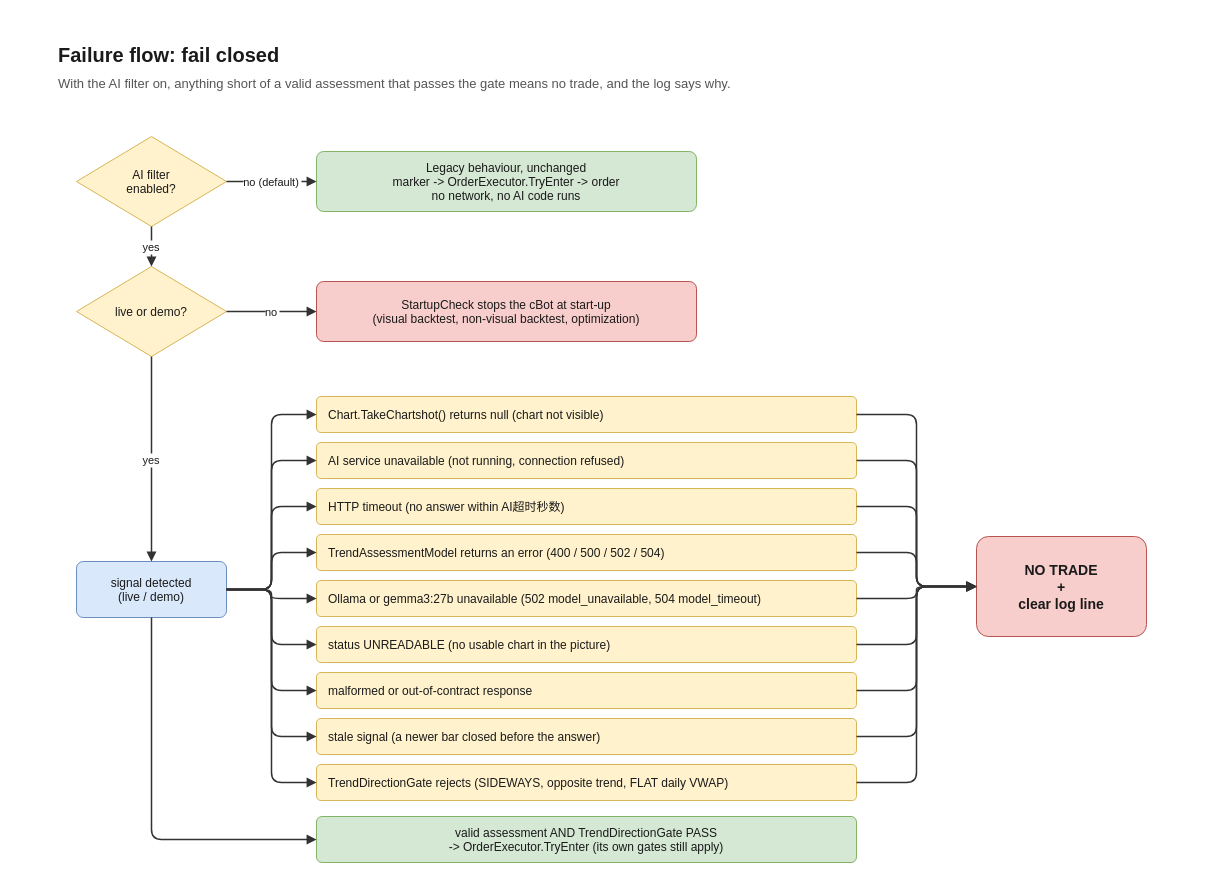
This is page "5. Failure flow" (5 of 6) of docs/architecture.drawio from richardgong1987/VWAPTradeAI, a draw.io file, before an edit. Source tidied: cells renumbered, new cells numbered last; positions are measured from the earlier drawing's top-left corner, leaving out a move shared by most shapes. Both pictures are drawn from the tidied source at 100%, with x=0, y=0 at pixel (16, 16).
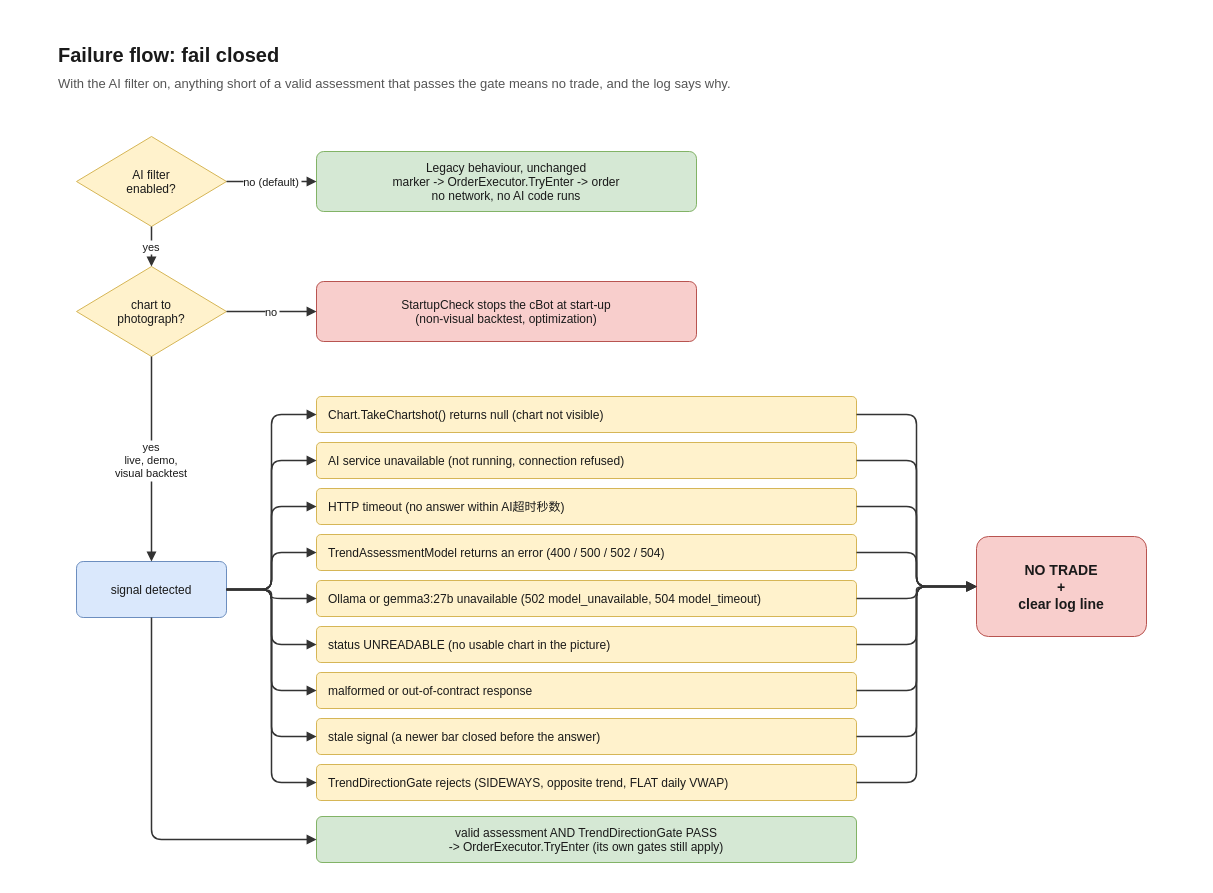
The same page after the edit.

What changed in the source:
```diff
@@
-    <mxCell id="8" value="live or demo?" style="html=0;fontFamily=Helvetica;fontColor=#1a1a1a;rhombus;fontSize=12;fillColor=#fff2cc;strokeColor=#d6b656;" parent="1" vertex="1">
+    <mxCell id="8" value="chart to&#10;photograph?" style="html=0;fontFamily=Helvetica;fontColor=#1a1a1a;rhombus;fontSize=12;fillColor=#fff2cc;strokeColor=#d6b656;" parent="1" vertex="1">
       <mxGeometry x="60" y="250" width="150" height="90" as="geometry" />
     </mxCell>
-    <mxCell id="9" value="StartupCheck stops the cBot at start-up&#10;(visual backtest, non-visual backtest, optimization)" style="html=0;fontFamily=Helvetica;fontColor=#1a1a1a;rounded=1;arcSize=12;fontSize=12;fillColor=#f8cecc;strokeColor=#b85450;" parent="1" vertex="1">
+    <mxCell id="9" value="StartupCheck stops the cBot at start-up&#10;(non-visual backtest, optimization)" style="html=0;fontFamily=Helvetica;fontColor=#1a1a1a;rounded=1;arcSize=12;fontSize=12;fillColor=#f8cecc;strokeColor=#b85450;" parent="1" vertex="1">
       <mxGeometry x="300" y="265" width="380" height="60" as="geometry" />
     </mxCell>
@@
-    <mxCell id="13" value="signal detected&#10;(live / demo)" style="html=0;fontFamily=Helvetica;fontColor=#1a1a1a;rounded=1;arcSize=12;fontSize=12;fillColor=#dae8fc;strokeColor=#6c8ebf;" parent="1" vertex="1">
+    <mxCell id="13" value="signal detected" style="html=0;fontFamily=Helvetica;fontColor=#1a1a1a;rounded=1;arcSize=12;fontSize=12;fillColor=#dae8fc;strokeColor=#6c8ebf;" parent="1" vertex="1">
       <mxGeometry x="60" y="545" width="150" height="56" as="geometry" />
     </mxCell>
-    <mxCell id="14" value="yes" style="html=0;fontFamily=Helvetica;fontColor=#1a1a1a;edgeStyle=orthogonalEdgeStyle;rounded=1;endArrow=block;endFill=1;strokeWidth=1.5;strokeColor=#333333;fontSize=11;labelBackgroundColor=#ffffff;exitX=0.5;exitY=1;exitDx=0;exitDy=0;entryX=0.5;entryY=0;entryDx=0;entryDy=0;" parent="1" edge="1" source="8" target="13">
+    <mxCell id="14" value="yes&#10;live, demo,&#10;visual backtest" style="html=0;fontFamily=Helvetica;fontColor=#1a1a1a;edgeStyle=orthogonalEdgeStyle;rounded=1;endArrow=block;endFill=1;strokeWidth=1.5;strokeColor=#333333;fontSize=11;labelBackgroundColor=#ffffff;exitX=0.5;exitY=1;exitDx=0;exitDy=0;entryX=0.5;entryY=0;entryDx=0;entryDy=0;" parent="1" edge="1" source="8" target="13">
       <mxGeometry relative="1" as="geometry" />
     </mxCell>
```
